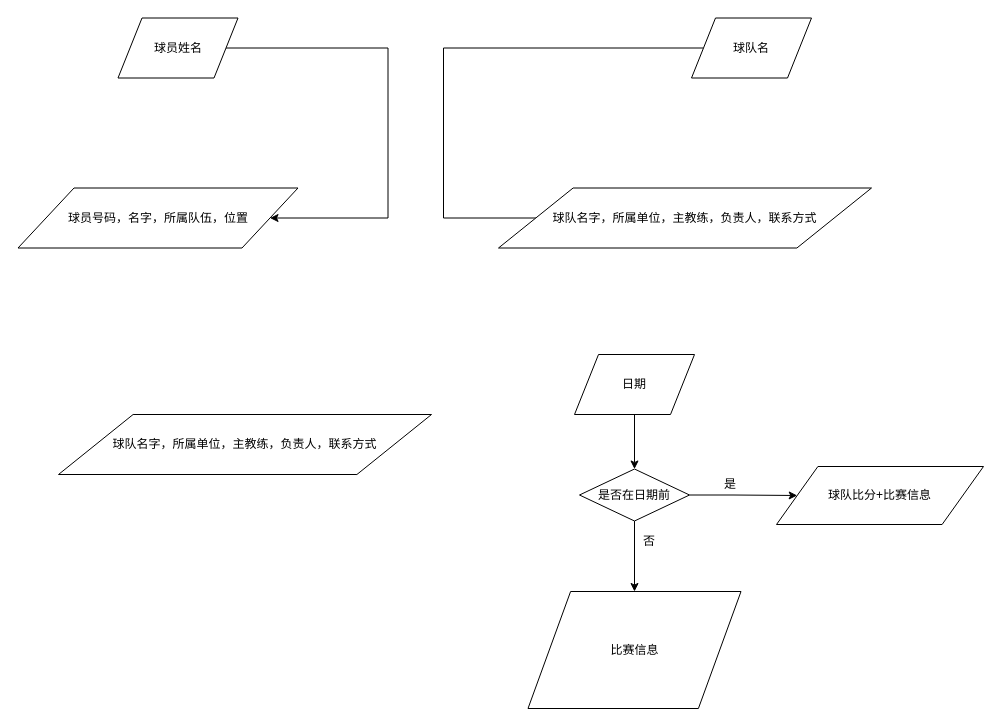
The draw.io diagram draw.drawio in tianwen42/DB-curriculum-design, before the edit. Source tidied: cells renumbered, new cells numbered last; positions are measured from the earlier drawing's top-left corner, leaving out a move shared by most shapes. Both pictures are drawn from the tidied source at 100%, with x=0, y=0 at pixel (17, 18).
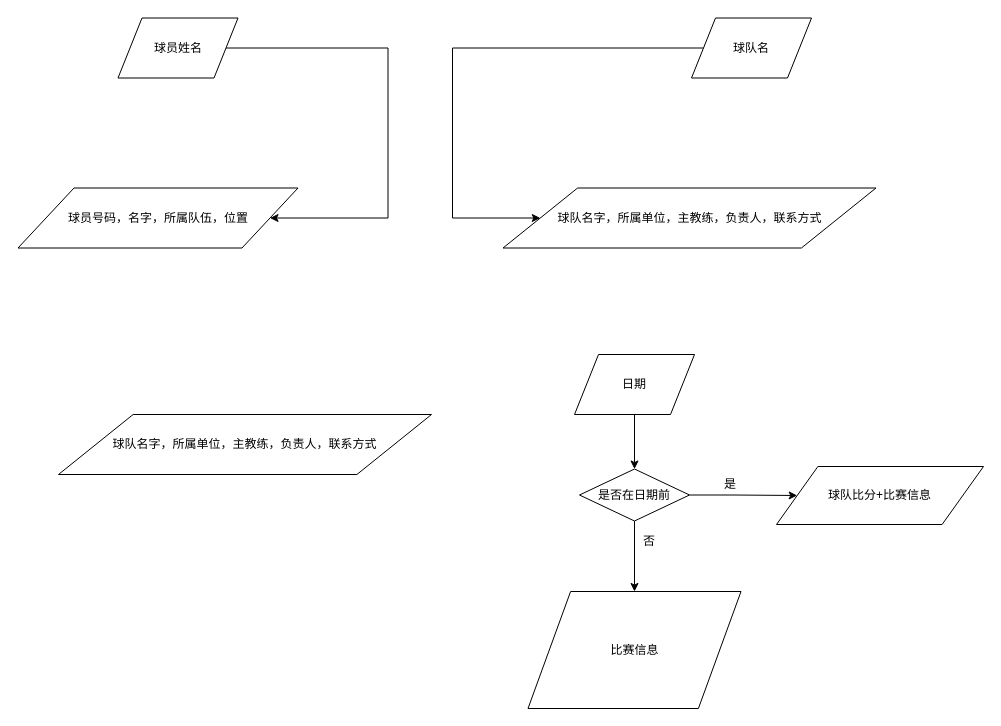
After the change.

The change refers to these unchanged cells:
```xml
<mxCell id="6" value="球队名" style="shape=parallelogram;perimeter=parallelogramPerimeter;whiteSpace=wrap;html=1;" parent="1" vertex="1">
  <mxGeometry x="674" y="-0.5" width="120" height="60" as="geometry" />
</mxCell>
```

The edit, as a diff of the source:
```diff
@@
-    <mxCell id="5" style="edgeStyle=orthogonalEdgeStyle;rounded=0;jettySize=auto;html=1;entryX=1;entryY=0.5;entryDx=0;entryDy=0;" parent="1" edge="1" source="6" target="7">
+    <mxCell id="5" style="edgeStyle=orthogonalEdgeStyle;rounded=0;jettySize=auto;html=1;entryX=0;entryY=0.5;entryDx=0;entryDy=0;" parent="1" edge="1" source="6" target="7">
       <mxGeometry relative="1" as="geometry">
         <Array as="points">
-          <mxPoint x="426" y="29.5" />
-          <mxPoint x="426" y="199.5" />
+          <mxPoint x="435" y="30" />
+          <mxPoint x="435" y="200" />
         </Array>
       </mxGeometry>
     </mxCell>
@@
     <mxCell id="7" value="&lt;span style=&quot;white-space: normal&quot;&gt;球队名字，所属单位，主教练，负责人，联系方式&lt;/span&gt;" style="shape=parallelogram;perimeter=parallelogramPerimeter;whiteSpace=wrap;html=1;" parent="1" vertex="1">
-      <mxGeometry x="481" y="169.5" width="373" height="60" as="geometry" />
+      <mxGeometry x="485.5" y="169.5" width="373" height="60" as="geometry" />
     </mxCell>
```
